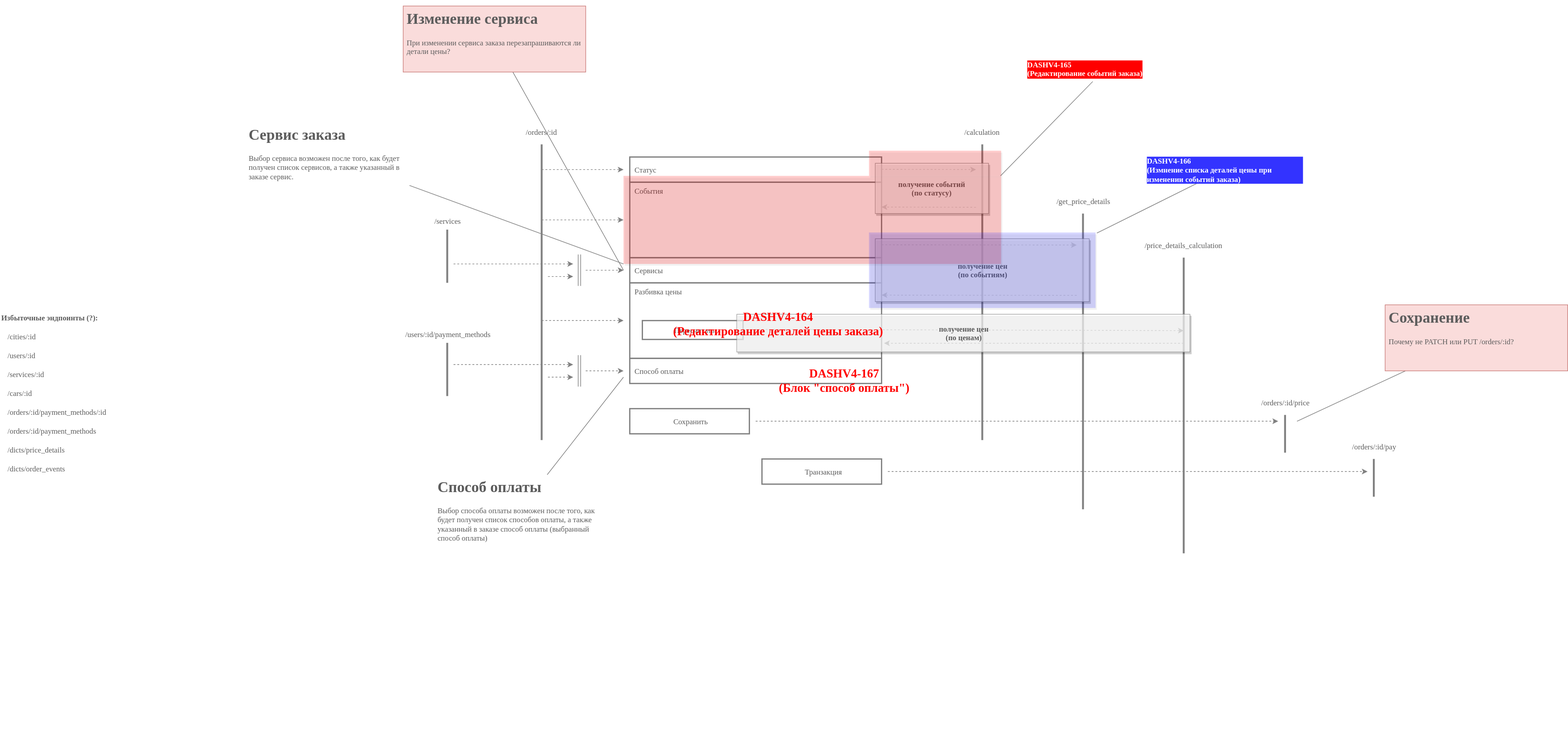
Earlier version of the draw.io export calc.svg (ajile/draw-io). Source tidied: cells renumbered, new cells last; positions are measured from the earlier drawing's top-left corner, leaving out a move shared by most shapes.
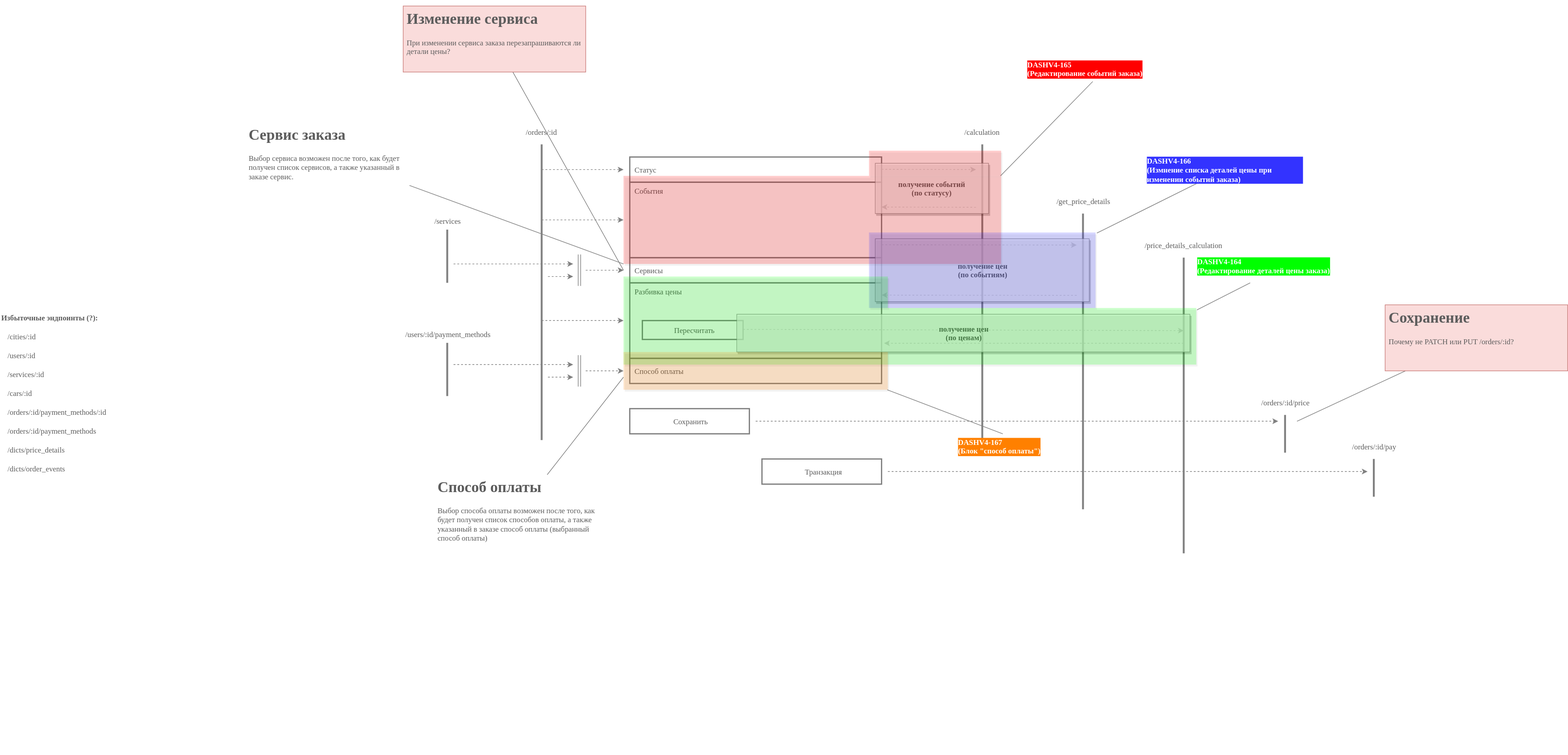
After the commit.

Change to the diagram source:
```diff
@@ -326,18 +326,36 @@
     <mxCell id="80" style="edgeStyle=none;rounded=0;html=1;entryX=1.006;entryY=0.008;entryPerimeter=0;labelBackgroundColor=none;startArrow=none;startFill=0;endArrow=none;endFill=0;jettySize=auto;strokeColor=#808080;strokeWidth=1;fontFamily=Verdana;fontSize=12;fontColor=#3333FF;" parent="74" edge="1" source="85" target="79">
       <mxGeometry relative="1" as="geometry" />
     </mxCell>
+    <mxCell id="86" style="group;" parent="74" vertex="1">
+      <mxGeometry x="990" y="430" width="910" height="140" as="geometry" />
+    </mxCell>
+    <mxCell id="87" style="rounded=0;whiteSpace=wrap;html=1;shadow=1;fillColor=#00FF00;gradientColor=none;fontFamily=Verdana;fontSize=19;fontColor=#FF0000;opacity=20;align=left;strokeColor=none;" parent="86" vertex="1">
+      <mxGeometry width="420" height="140" as="geometry" />
+    </mxCell>
+    <mxCell id="88" style="rounded=0;whiteSpace=wrap;html=1;shadow=1;fillColor=#00FF00;gradientColor=none;fontFamily=Verdana;fontSize=19;fontColor=#FF0000;opacity=20;align=left;strokeColor=none;" parent="86" vertex="1">
+      <mxGeometry x="420" y="50" width="490" height="90" as="geometry" />
+    </mxCell>
+    <mxCell id="89" style="edgeStyle=none;rounded=0;html=1;entryX=1.002;entryY=0.033;entryPerimeter=0;labelBackgroundColor=none;startArrow=none;startFill=0;endArrow=none;endFill=0;jettySize=auto;strokeColor=#808080;strokeWidth=1;fontFamily=Verdana;fontSize=12;fontColor=#3333FF;" parent="74" edge="1" source="82" target="88">
+      <mxGeometry relative="1" as="geometry" />
+    </mxCell>
+    <mxCell id="90" style="rounded=0;whiteSpace=wrap;html=1;shadow=1;fillColor=#FF8000;gradientColor=none;fontFamily=Verdana;fontSize=19;fontColor=#FF0000;opacity=20;align=left;strokeColor=none;" parent="74" vertex="1">
+      <mxGeometry x="990" y="550" width="420" height="60" as="geometry" />
+    </mxCell>
+    <mxCell id="91" style="edgeStyle=none;rounded=0;html=1;entryX=0.998;entryY=1;entryPerimeter=0;labelBackgroundColor=none;startArrow=none;startFill=0;endArrow=none;endFill=0;jettySize=auto;strokeColor=#808080;strokeWidth=1;fontFamily=Verdana;fontSize=12;fontColor=#3333FF;" parent="74" edge="1" source="84" target="90">
+      <mxGeometry relative="1" as="geometry" />
+    </mxCell>
     <mxCell id="81" value="Задачи" parent="0" />
+    <mxCell id="83" value="DASHV4-165&lt;br style=&quot;font-size: 12px;&quot;&gt;(Редактирование событий заказа)&lt;br style=&quot;font-size: 12px;&quot;&gt;" style="text;html=1;strokeColor=none;fillColor=none;align=left;verticalAlign=middle;whiteSpace=wrap;rounded=0;shadow=1;fontFamily=Verdana;fontColor=#FFFFFF;opacity=70;fontSize=12;fontStyle=1;labelBackgroundColor=#FF0000;" parent="81" vertex="1">
+      <mxGeometry x="1630" y="80" width="250" height="40" as="geometry" />
+    </mxCell>
+    <mxCell id="85" value="&lt;div&gt;DASHV4-166&lt;/div&gt;&lt;div&gt;(Измнение списка деталей цены при изменении событий заказа)&lt;/div&gt;" style="text;html=1;strokeColor=none;fillColor=none;align=left;verticalAlign=middle;whiteSpace=wrap;rounded=0;shadow=1;fontFamily=Verdana;fontColor=#FFFFFF;opacity=70;fontSize=12;fontStyle=1;labelBackgroundColor=#3333FF;" parent="81" vertex="1">
+      <mxGeometry x="1820" y="240" width="250" height="40" as="geometry" />
+    </mxCell>
-    <mxCell id="82" value="DASHV4-164&lt;br&gt;(Редактирование деталей цены заказа)&lt;br&gt;" style="text;html=1;strokeColor=none;fillColor=none;align=center;verticalAlign=middle;whiteSpace=wrap;rounded=0;shadow=1;fontFamily=Verdana;fontColor=#FF0000;opacity=70;fontSize=19;fontStyle=1;" parent="81" vertex="1">
-      <mxGeometry x="1000" y="480" width="470" height="50" as="geometry" />
+    <mxCell id="82" value="&lt;div&gt;DASHV4-164&lt;/div&gt;&lt;div&gt;(Редактирование деталей цены заказа)&lt;/div&gt;" style="text;html=1;strokeColor=none;fillColor=none;align=left;verticalAlign=middle;whiteSpace=wrap;rounded=0;shadow=1;fontFamily=Verdana;fontColor=#FFFFFF;opacity=70;fontSize=12;fontStyle=1;labelBackgroundColor=#00FF00;" parent="81" vertex="1">
+      <mxGeometry x="1900" y="400" width="250" height="40" as="geometry" />
     </mxCell>
-    <mxCell id="83" value="DASHV4-165&lt;br style=&quot;font-size: 12px;&quot;&gt;(Редактирование событий заказа)&lt;br style=&quot;font-size: 12px;&quot;&gt;" style="text;html=1;strokeColor=none;fillColor=none;align=left;verticalAlign=middle;whiteSpace=wrap;rounded=0;shadow=1;fontFamily=Verdana;fontColor=#FFFFFF;opacity=70;fontSize=12;fontStyle=1;labelBackgroundColor=#FF0000;" parent="81" vertex="1">
-      <mxGeometry x="1630" y="80" width="250" height="40" as="geometry" />
-    </mxCell>
-    <mxCell id="84" value="DASHV4-167&lt;br&gt;(Блок &quot;способ оплаты&quot;)&lt;br&gt;" style="text;html=1;strokeColor=none;fillColor=none;align=center;verticalAlign=middle;whiteSpace=wrap;rounded=0;shadow=1;fontFamily=Verdana;fontColor=#FF0000;opacity=70;fontSize=19;fontStyle=1;" parent="81" vertex="1">
-      <mxGeometry x="1105" y="570" width="470" height="50" as="geometry" />
+    <mxCell id="84" value="&lt;div&gt;DASHV4-167&lt;/div&gt;&lt;div&gt;(Блок &quot;способ оплаты&quot;)&lt;/div&gt;" style="text;html=1;strokeColor=none;fillColor=none;align=left;verticalAlign=middle;whiteSpace=wrap;rounded=0;shadow=1;fontFamily=Verdana;fontColor=#FFFFFF;opacity=70;fontSize=12;fontStyle=1;labelBackgroundColor=#FF8000;" parent="81" vertex="1">
+      <mxGeometry x="1520" y="680" width="250" height="40" as="geometry" />
     </mxCell>
-    <mxCell id="85" value="&lt;div&gt;DASHV4-166&lt;/div&gt;&lt;div&gt;(Измнение списка деталей цены при изменении событий заказа)&lt;/div&gt;" style="text;html=1;strokeColor=none;fillColor=none;align=left;verticalAlign=middle;whiteSpace=wrap;rounded=0;shadow=1;fontFamily=Verdana;fontColor=#FFFFFF;opacity=70;fontSize=12;fontStyle=1;labelBackgroundColor=#3333FF;" parent="81" vertex="1">
-      <mxGeometry x="1820" y="240" width="250" height="40" as="geometry" />
-    </mxCell>
   </root>
 </mxGraphModel>
```
